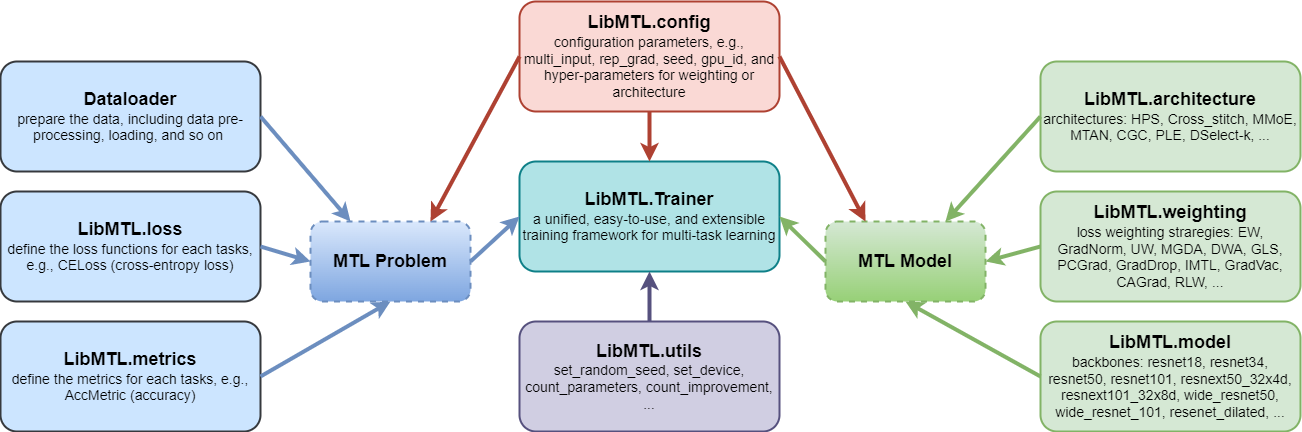
Above: docs/docs/images/framework.png in median-research-group/LibMTL (draw.io), before the change. Source tidied: cells renumbered, new cells last; positions are measured from the earlier drawing's top-left corner, leaving out a move shared by most shapes.
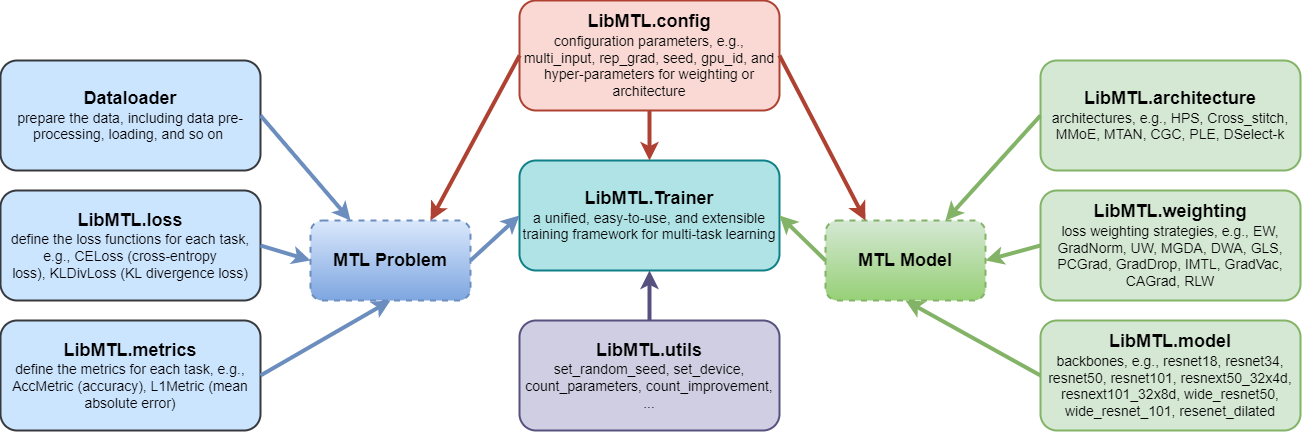
The same diagram one commit later.

Diff of the diagram source:
```diff
@@ -2,13 +2,13 @@
   <root>
     <mxCell id="0" />
     <mxCell id="1" parent="0" />
-    <mxCell id="2" value="&lt;div style=&quot;font-size: 18px&quot;&gt;&lt;b&gt;&lt;font style=&quot;font-size: 18px&quot;&gt;LibMTL.&lt;/font&gt;&lt;font style=&quot;font-size: 18px&quot;&gt;weighting&lt;/font&gt;&lt;/b&gt;&lt;/div&gt;&lt;div style=&quot;font-size: 14px&quot;&gt;&lt;font style=&quot;font-size: 14px&quot;&gt;loss weighting straregies: EW, GradNorm, UW, MGDA, DWA, GLS, PCGrad, GradDrop, IMTL, GradVac, CAGrad, RLW, ...&lt;br&gt;&lt;/font&gt;&lt;/div&gt;&lt;font style=&quot;font-size: 14px&quot;&gt;&lt;/font&gt;" style="rounded=1;whiteSpace=wrap;html=1;fillColor=#d5e8d4;strokeColor=#82b366;strokeWidth=2;" parent="1" vertex="1">
+    <mxCell id="2" value="&lt;div style=&quot;font-size: 18px&quot;&gt;&lt;b&gt;&lt;font style=&quot;font-size: 18px&quot;&gt;LibMTL.&lt;/font&gt;&lt;font style=&quot;font-size: 18px&quot;&gt;weighting&lt;/font&gt;&lt;/b&gt;&lt;/div&gt;&lt;div style=&quot;font-size: 14px&quot;&gt;&lt;font style=&quot;font-size: 14px&quot;&gt;loss weighting strategies, e.g., EW, GradNorm, UW, MGDA, DWA, GLS, PCGrad, GradDrop, IMTL, GradVac, CAGrad, RLW&lt;br&gt;&lt;/font&gt;&lt;/div&gt;&lt;font style=&quot;font-size: 14px&quot;&gt;&lt;/font&gt;" style="rounded=1;whiteSpace=wrap;html=1;fillColor=#d5e8d4;strokeColor=#82b366;strokeWidth=2;" parent="1" vertex="1">
       <mxGeometry x="1040" y="190" width="260" height="110" as="geometry" />
     </mxCell>
-    <mxCell id="3" value="&lt;div style=&quot;font-size: 18px&quot;&gt;&lt;b&gt;&lt;font style=&quot;font-size: 18px&quot;&gt;LibMTL.architecture&lt;/font&gt;&lt;/b&gt;&lt;/div&gt;&lt;div style=&quot;font-size: 14px&quot;&gt;&lt;font style=&quot;font-size: 14px&quot;&gt;architectures: HPS, Cross_stitch, MMoE, MTAN, CGC, PLE, DSelect-k, ...&lt;br&gt;&lt;/font&gt;&lt;/div&gt;&lt;font style=&quot;font-size: 14px&quot;&gt;&lt;/font&gt;" style="rounded=1;whiteSpace=wrap;html=1;fillColor=#d5e8d4;strokeColor=#82b366;strokeWidth=2;" parent="1" vertex="1">
+    <mxCell id="3" value="&lt;div style=&quot;font-size: 18px&quot;&gt;&lt;b&gt;&lt;font style=&quot;font-size: 18px&quot;&gt;LibMTL.architecture&lt;/font&gt;&lt;/b&gt;&lt;/div&gt;&lt;div style=&quot;font-size: 14px&quot;&gt;&lt;font style=&quot;font-size: 14px&quot;&gt;architectures, e.g., HPS, Cross_stitch, MMoE, MTAN, CGC, PLE, DSelect-k&lt;br&gt;&lt;/font&gt;&lt;/div&gt;&lt;font style=&quot;font-size: 14px&quot;&gt;&lt;/font&gt;" style="rounded=1;whiteSpace=wrap;html=1;fillColor=#d5e8d4;strokeColor=#82b366;strokeWidth=2;" parent="1" vertex="1">
       <mxGeometry x="1040" y="60" width="260" height="110" as="geometry" />
     </mxCell>
-    <mxCell id="4" value="&lt;div style=&quot;font-size: 18px&quot;&gt;&lt;b&gt;&lt;font style=&quot;font-size: 18px&quot;&gt;LibMTL.model&lt;/font&gt;&lt;/b&gt;&lt;/div&gt;&lt;div style=&quot;font-size: 14px&quot;&gt;&lt;font style=&quot;font-size: 14px&quot;&gt;backbones: resnet18, resnet34, resnet50, resnet101, resnext50_32x4d, &lt;/font&gt;&lt;font style=&quot;font-size: 14px&quot;&gt;resnext101_32x8d, wide_resnet50, wide_resnet_101, resenet_dilated, ...&lt;br&gt;&lt;/font&gt;&lt;/div&gt;&lt;font style=&quot;font-size: 14px&quot;&gt;&lt;/font&gt;" style="rounded=1;whiteSpace=wrap;html=1;fillColor=#d5e8d4;strokeColor=#82b366;strokeWidth=2;" parent="1" vertex="1">
+    <mxCell id="4" value="&lt;div style=&quot;font-size: 18px&quot;&gt;&lt;b&gt;&lt;font style=&quot;font-size: 18px&quot;&gt;LibMTL.model&lt;/font&gt;&lt;/b&gt;&lt;/div&gt;&lt;div style=&quot;font-size: 14px&quot;&gt;&lt;font style=&quot;font-size: 14px&quot;&gt;backbones, e.g., resnet18, resnet34, resnet50, resnet101, resnext50_32x4d, &lt;/font&gt;&lt;font style=&quot;font-size: 14px&quot;&gt;resnext101_32x8d, wide_resnet50, wide_resnet_101, resenet_dilated&lt;br&gt;&lt;/font&gt;&lt;/div&gt;&lt;font style=&quot;font-size: 14px&quot;&gt;&lt;/font&gt;" style="rounded=1;whiteSpace=wrap;html=1;fillColor=#d5e8d4;strokeColor=#82b366;strokeWidth=2;" parent="1" vertex="1">
       <mxGeometry x="1040" y="320" width="260" height="110" as="geometry" />
     </mxCell>
     <mxCell id="5" value="&lt;div style=&quot;font-size: 18px&quot;&gt;&lt;b&gt;&lt;font style=&quot;font-size: 18px&quot;&gt;LibMTL.config&lt;/font&gt;&lt;/b&gt;&lt;/div&gt;&lt;div style=&quot;font-size: 14px&quot;&gt;&lt;font style=&quot;font-size: 14px&quot;&gt;configuration parameters, e.g., multi_input, rep_grad, seed, gpu_id, and hyper-parameters for weighting or architecture&lt;br&gt;&lt;/font&gt;&lt;/div&gt;&lt;font style=&quot;font-size: 14px&quot;&gt;&lt;/font&gt;" style="rounded=1;whiteSpace=wrap;html=1;fillColor=#fad9d5;strokeColor=#ae4132;strokeWidth=2;" parent="1" vertex="1">
@@ -23,10 +23,10 @@
     <mxCell id="8" value="&lt;b&gt;&lt;font style=&quot;font-size: 18px&quot;&gt;MTL Problem&lt;br&gt;&lt;/font&gt;&lt;/b&gt;" style="rounded=1;whiteSpace=wrap;html=1;fillColor=#dae8fc;strokeColor=#6c8ebf;dashed=1;strokeWidth=2;gradientColor=#7ea6e0;" parent="1" vertex="1">
       <mxGeometry x="310" y="220" width="160" height="80" as="geometry" />
     </mxCell>
-    <mxCell id="9" value="&lt;div style=&quot;font-size: 18px&quot;&gt;&lt;b&gt;&lt;font style=&quot;font-size: 18px&quot;&gt;LibMTL.loss&lt;/font&gt;&lt;/b&gt;&lt;/div&gt;&lt;div style=&quot;font-size: 14px&quot;&gt;&lt;font style=&quot;font-size: 14px&quot;&gt;define the loss functions for each tasks, e.g., CELoss (cross-entropy loss)&lt;br&gt;&lt;/font&gt;&lt;/div&gt;&lt;font style=&quot;font-size: 14px&quot;&gt;&lt;/font&gt;" style="rounded=1;whiteSpace=wrap;html=1;fillColor=#cce5ff;strokeColor=#36393d;strokeWidth=2;" parent="1" vertex="1">
+    <mxCell id="9" value="&lt;div style=&quot;font-size: 18px&quot;&gt;&lt;b&gt;&lt;font style=&quot;font-size: 18px&quot;&gt;LibMTL.loss&lt;/font&gt;&lt;/b&gt;&lt;/div&gt;&lt;div style=&quot;font-size: 14px&quot;&gt;&lt;font style=&quot;font-size: 14px&quot;&gt;define the loss functions for each task, e.g., CELoss (cross-entropy loss),&amp;nbsp;KLDivLoss (KL divergence loss)&lt;br&gt;&lt;/font&gt;&lt;/div&gt;&lt;font style=&quot;font-size: 14px&quot;&gt;&lt;/font&gt;" style="rounded=1;whiteSpace=wrap;html=1;fillColor=#cce5ff;strokeColor=#36393d;strokeWidth=2;" parent="1" vertex="1">
       <mxGeometry y="190" width="260" height="110" as="geometry" />
     </mxCell>
-    <mxCell id="10" value="&lt;div style=&quot;font-size: 18px&quot;&gt;&lt;b&gt;&lt;font style=&quot;font-size: 18px&quot;&gt;LibMTL.metrics&lt;/font&gt;&lt;/b&gt;&lt;/div&gt;&lt;div style=&quot;font-size: 14px&quot;&gt;&lt;font style=&quot;font-size: 14px&quot;&gt;define the metrics for each tasks, e.g., AccMetric (accuracy)&lt;br&gt;&lt;/font&gt;&lt;/div&gt;&lt;font style=&quot;font-size: 14px&quot;&gt;&lt;/font&gt;" style="rounded=1;whiteSpace=wrap;html=1;fillColor=#cce5ff;strokeColor=#36393d;strokeWidth=2;" parent="1" vertex="1">
+    <mxCell id="10" value="&lt;div style=&quot;font-size: 18px&quot;&gt;&lt;b&gt;&lt;font style=&quot;font-size: 18px&quot;&gt;LibMTL.metrics&lt;/font&gt;&lt;/b&gt;&lt;/div&gt;&lt;div style=&quot;font-size: 14px&quot;&gt;&lt;font style=&quot;font-size: 14px&quot;&gt;define the metrics for each task, e.g., AccMetric (accuracy),&amp;nbsp;L1Metric (mean absolute error)&lt;br&gt;&lt;/font&gt;&lt;/div&gt;&lt;font style=&quot;font-size: 14px&quot;&gt;&lt;/font&gt;" style="rounded=1;whiteSpace=wrap;html=1;fillColor=#cce5ff;strokeColor=#36393d;strokeWidth=2;" parent="1" vertex="1">
       <mxGeometry y="320" width="260" height="110" as="geometry" />
     </mxCell>
     <mxCell id="11" value="&lt;font size=&quot;1&quot;&gt;&lt;b style=&quot;font-size: 18px&quot;&gt;Dataloader&lt;/b&gt;&lt;/font&gt;&lt;div style=&quot;font-size: 14px&quot;&gt;&lt;font style=&quot;font-size: 14px&quot;&gt;prepare the data, including data pre-processing, loading, and so on &lt;br&gt;&lt;/font&gt;&lt;/div&gt;&lt;font style=&quot;font-size: 14px&quot;&gt;&lt;/font&gt;" style="rounded=1;whiteSpace=wrap;html=1;fillColor=#cce5ff;strokeColor=#36393d;strokeWidth=2;" parent="1" vertex="1">
```
